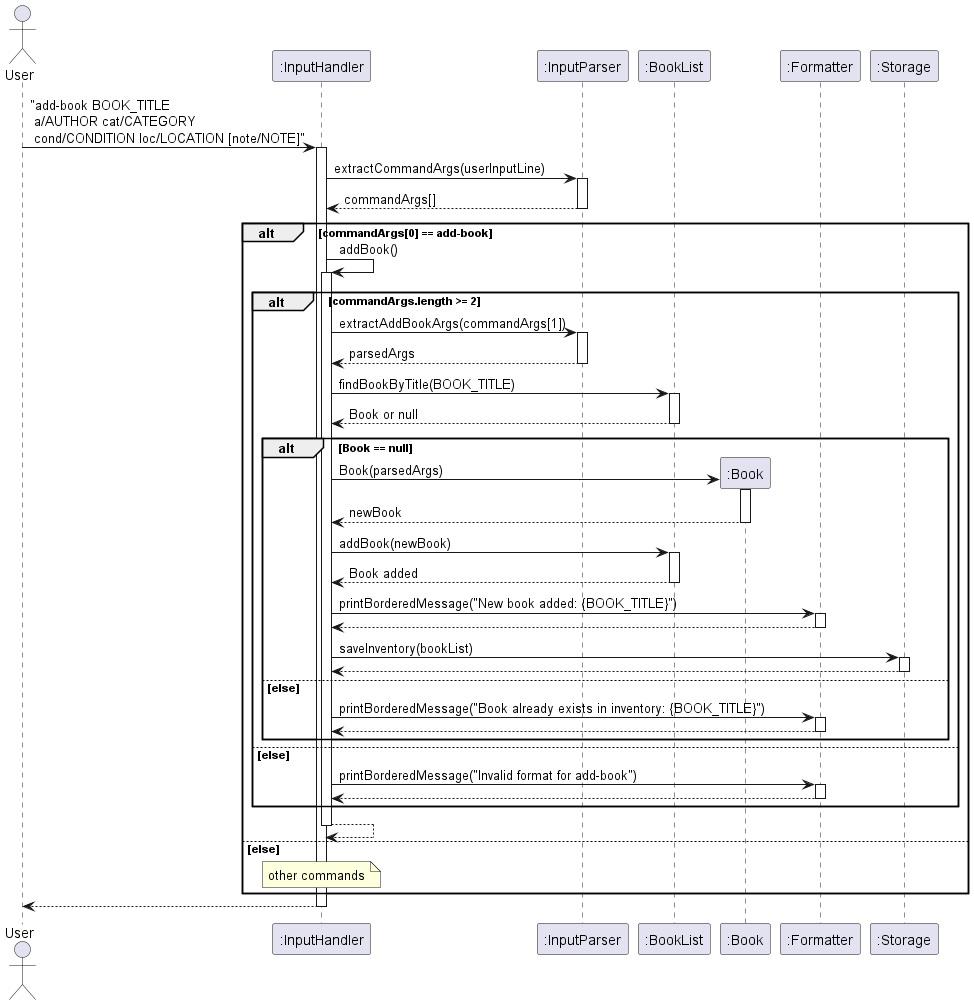
Above: docs/images/addBook.png in AY2425S2-CS2113-T12-2/tp (PlantUML), before the change.
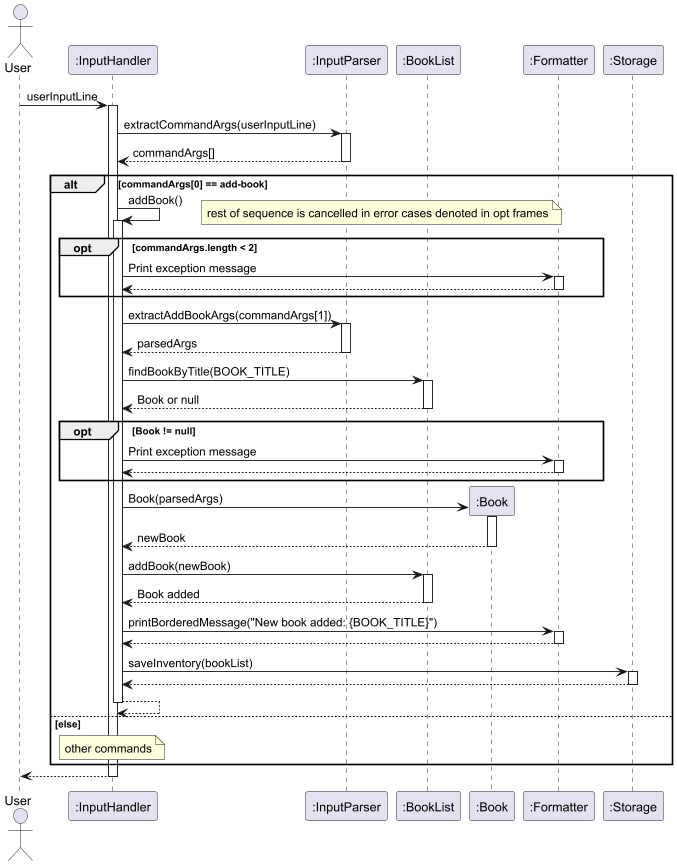
Later version of the same file.

Commit message:
addBook and addLoan sequence diagrams reduced nesting

What changed in the source:
```diff
@@ -7,7 +7,7 @@
 participant Formatter as ":Formatter"
 participant Storage as ":Storage"
 
-User -> InputHandler: "add-book BOOK_TITLE \n a/AUTHOR cat/CATEGORY \n cond/CONDITION loc/LOCATION [note/NOTE]"
+User -> InputHandler: userInputLine
 activate InputHandler
 
 InputHandler -> InputParser: extractCommandArgs(userInputLine)
@@ -20,7 +20,16 @@
     InputHandler -> InputHandler : addBook()
     activate InputHandler
 
-alt commandArgs.length >= 2
+    opt commandArgs.length < 2
+        note right
+        rest of sequence is cancelled in error cases denoted in opt frames
+        end note
+        InputHandler -> Formatter: Print exception message
+        activate Formatter
+        Formatter --> InputHandler
+        deactivate Formatter
+    end
+
     InputHandler -> InputParser: extractAddBookArgs(commandArgs[1])
     activate InputParser
 
@@ -33,46 +42,37 @@
     BookList --> InputHandler: Book or null
     deactivate BookList
 
-    alt Book == null
-        InputHandler -> Book ** : Book(parsedArgs)
-        activate Book
-
-        Book --> InputHandler : newBook
-        deactivate Book
-
-        InputHandler -> BookList: addBook(newBook)
-        activate BookList
-
-
-        BookList --> InputHandler: Book added
-        deactivate BookList
-
-        InputHandler -> Formatter: printBorderedMessage("New book added: {BOOK_TITLE}")
-        activate Formatter
-
-        Formatter --> InputHandler
-        deactivate Formatter
-
-        InputHandler -> Storage: saveInventory(bookList)
-        activate Storage
-
-        Storage --> InputHandler
-        deactivate Storage
-
-
-    else else
-        InputHandler -> Formatter: printBorderedMessage("Book already exists in inventory: {BOOK_TITLE}")
+    opt Book != null
+        InputHandler -> Formatter: Print exception message
         activate Formatter
         Formatter --> InputHandler
         deactivate Formatter
     end
 
-    else else
-        InputHandler -> Formatter: printBorderedMessage("Invalid format for add-book")
-        activate Formatter
-        Formatter --> InputHandler
-        deactivate Formatter
-    end
+    InputHandler -> Book ** : Book(parsedArgs)
+    activate Book
+
+    Book --> InputHandler : newBook
+    deactivate Book
+
+    InputHandler -> BookList: addBook(newBook)
+    activate BookList
+
+
+    BookList --> InputHandler: Book added
+    deactivate BookList
+
+    InputHandler -> Formatter: printBorderedMessage("New book added: {BOOK_TITLE}")
+    activate Formatter
+
+    Formatter --> InputHandler
+    deactivate Formatter
+
+    InputHandler -> Storage: saveInventory(bookList)
+    activate Storage
+
+    Storage --> InputHandler
+    deactivate Storage
 
 InputHandler --> InputHandler
 deactivate InputHandler
```
